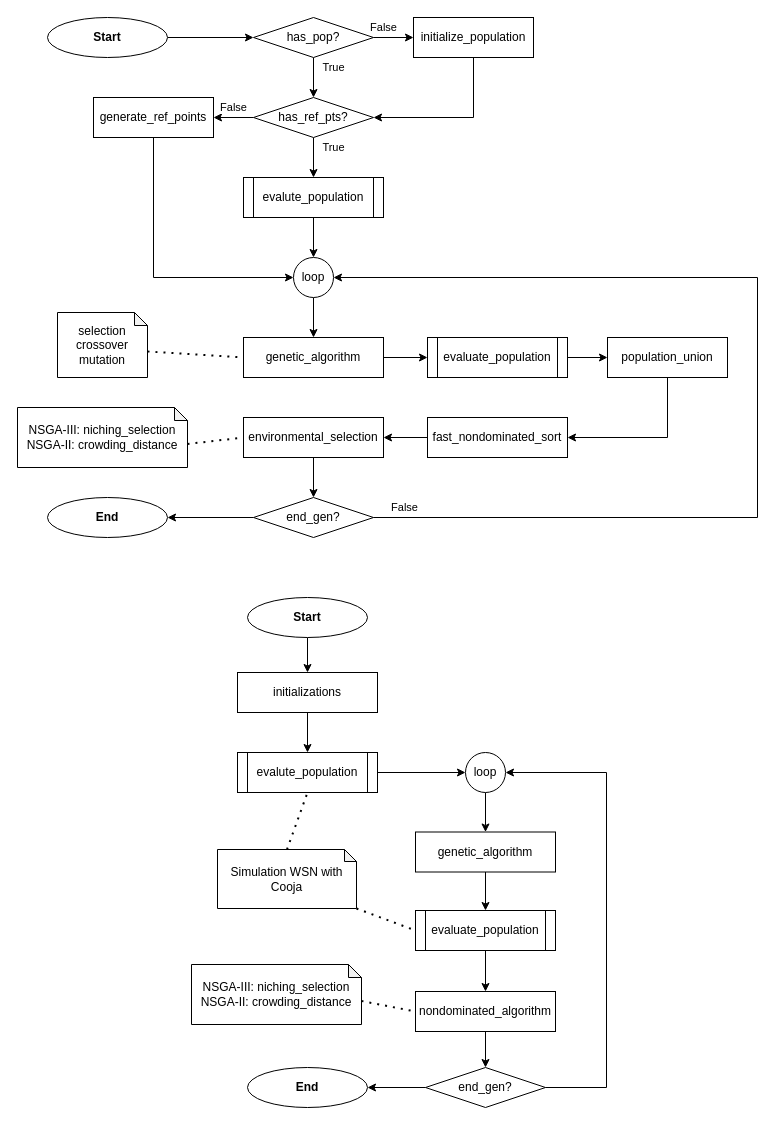
The draw.io diagram page "minimal-nsga-flow" (4 of 6) of docs/diagrams/diagrams.drawio in JunioCesarFerreira/simlab, before the edit. Source tidied: cells renumbered, new cells numbered last; positions are measured from the earlier drawing's top-left corner, leaving out a move shared by most shapes. Both pictures are drawn from the tidied source at 100%, with x=0, y=0 at pixel (17, 17).
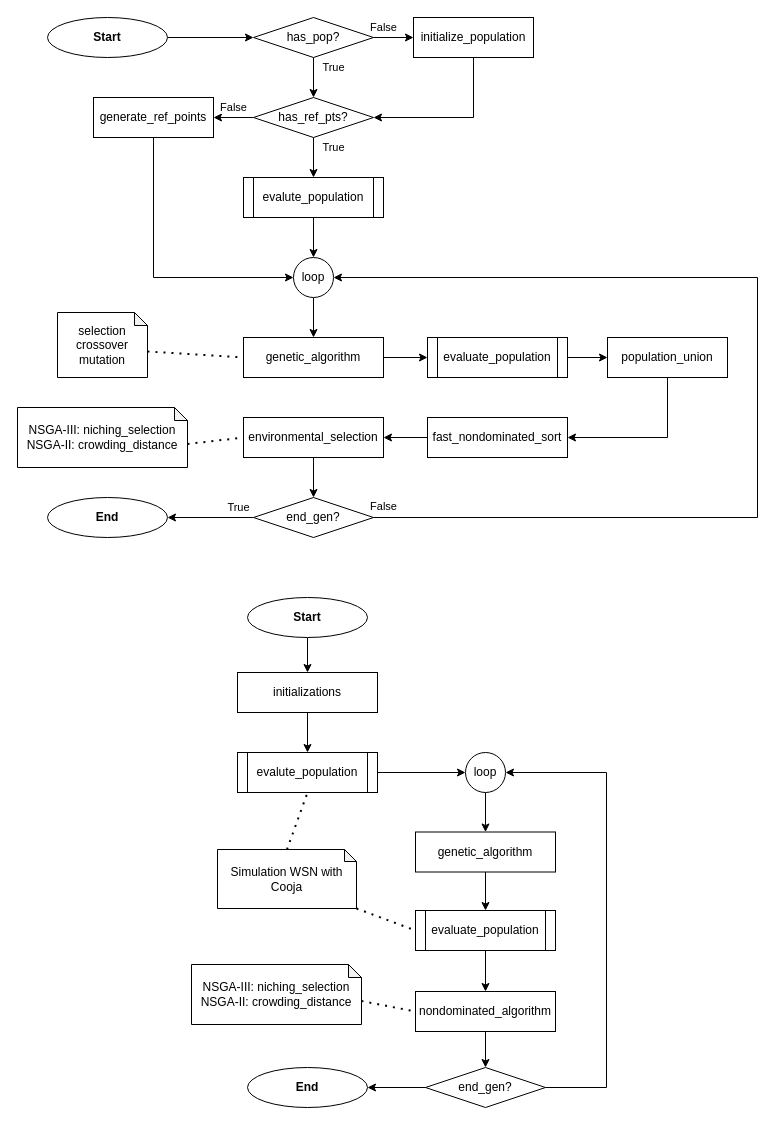
The same page after the edit.

The change refers to these unchanged cells:
```xml
<mxCell id="15" value="loop" style="ellipse;whiteSpace=wrap;html=1;" parent="1" vertex="1">
  <mxGeometry x="276" y="240" width="40" height="40" as="geometry" />
</mxCell>
<mxCell id="26" value="end_gen?" style="rhombus;whiteSpace=wrap;html=1;" parent="1" vertex="1">
  <mxGeometry x="236" y="480" width="120" height="40" as="geometry" />
</mxCell>
<mxCell id="27" value="&lt;b&gt;End&lt;/b&gt;" style="ellipse;whiteSpace=wrap;html=1;" parent="1" vertex="1">
  <mxGeometry x="30" y="480" width="120" height="40" as="geometry" />
</mxCell>
```

Diff of the diagram source:
```diff
@@
     <mxCell id="24" value="False" style="edgeStyle=orthogonalEdgeStyle;rounded=0;jettySize=auto;html=1;exitX=1;exitY=0.5;exitDx=0;exitDy=0;entryX=1;entryY=0.5;entryDx=0;entryDy=0;" parent="1" edge="1" source="26" target="15">
-      <mxGeometry x="-0.94" y="10" relative="1" as="geometry">
+      <mxGeometry x="-0.98" y="11" relative="1" as="geometry">
         <Array as="points">
           <mxPoint x="740" y="500" />
           <mxPoint x="740" y="260" />
         </Array>
       </mxGeometry>
     </mxCell>
-    <mxCell id="25" style="edgeStyle=orthogonalEdgeStyle;rounded=0;jettySize=auto;html=1;exitX=0;exitY=0.5;exitDx=0;exitDy=0;entryX=1;entryY=0.5;entryDx=0;entryDy=0;" parent="1" edge="1" source="26" target="27">
-      <mxGeometry relative="1" as="geometry" />
+    <mxCell id="25" value="True" style="edgeStyle=orthogonalEdgeStyle;rounded=0;jettySize=auto;html=1;exitX=0;exitY=0.5;exitDx=0;exitDy=0;entryX=1;entryY=0.5;entryDx=0;entryDy=0;" parent="1" edge="1" source="26" target="27">
+      <mxGeometry x="-0.65" y="-10" relative="1" as="geometry" />
     </mxCell>
```
